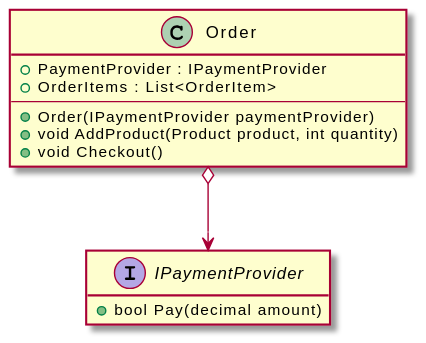
Above: 01 Types/iPaymentProvider.svg in schletz/Pos3xhif (PlantUML), before the change. Its diagram source:
```plantuml
@startuml
hide interface fields

interface IPaymentProvider
{
    +bool Pay(decimal amount)
}

class Order
{
    +PaymentProvider : IPaymentProvider
    +OrderItems : List<OrderItem>
    ---
    +Order(IPaymentProvider paymentProvider)
    +void AddProduct(Product product, int quantity)
    +void Checkout()
}
Order o--> IPaymentProvider
@enduml
```
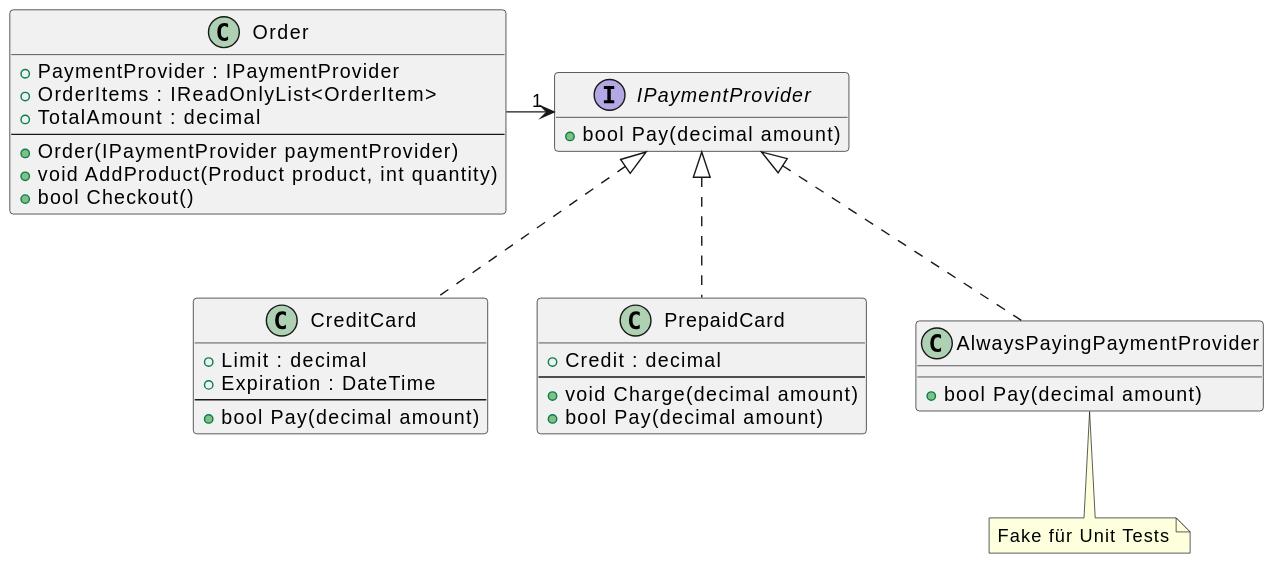
After the change.

Change to the diagram source:
```diff
@@ -9,11 +9,41 @@
 class Order
 {
     +PaymentProvider : IPaymentProvider
-    +OrderItems : List<OrderItem>
+    +OrderItems : IReadOnlyList<OrderItem>
+    +TotalAmount : decimal
     ---
     +Order(IPaymentProvider paymentProvider)
     +void AddProduct(Product product, int quantity)
-    +void Checkout()
+    +bool Checkout()
 }
-Order o--> IPaymentProvider
+
+class CreditCard
+{
+    +Limit : decimal
+    +Expiration : DateTime
+    ---
+    +bool Pay(decimal amount)
+}
+
+class PrepaidCard
+{
+    +Credit : decimal
+    ---
+    +void Charge(decimal amount)
+    +bool Pay(decimal amount)
+}
+
+class AlwaysPayingPaymentProvider
+{
+    +bool Pay(decimal amount)
+}
+
+Order -right-> "1" IPaymentProvider
+CreditCard .up.|> IPaymentProvider
+PrepaidCard .up.|> IPaymentProvider
+AlwaysPayingPaymentProvider .up.|> IPaymentProvider
+
+note bottom of AlwaysPayingPaymentProvider
+    Fake für Unit Tests
+end note
 @enduml
```
